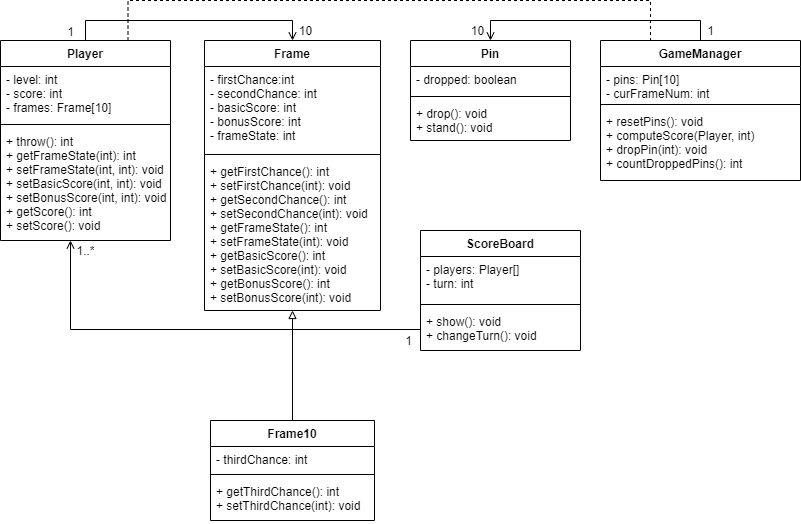
Above: Docs/class diagram.png in kkole3897/Bowling-Game-with-Java (draw.io), before the change. Source tidied: cells renumbered, new cells last; positions are measured from the earlier drawing's top-left corner, leaving out a move shared by most shapes. The source it was exported from:
```xml
<mxGraphModel>
  <root>
    <mxCell id="0" />
    <mxCell id="1" parent="0" />
    <mxCell id="2" style="edgeStyle=orthogonalEdgeStyle;rounded=0;jettySize=auto;html=1;exitX=0.5;exitY=0;exitDx=0;exitDy=0;entryX=0.5;entryY=0;entryDx=0;entryDy=0;endArrow=open;endFill=0;endSize=6;" parent="1" edge="1" source="4" target="9">
      <mxGeometry relative="1" as="geometry" />
    </mxCell>
    <mxCell id="3" style="edgeStyle=orthogonalEdgeStyle;rounded=0;jettySize=auto;html=1;exitX=0.75;exitY=0;exitDx=0;exitDy=0;entryX=0.25;entryY=0;entryDx=0;entryDy=0;endArrow=none;endFill=0;endSize=6;dashed=1;" parent="1" edge="1" source="4" target="18">
      <mxGeometry relative="1" as="geometry">
        <Array as="points">
          <mxPoint x="128" />
          <mxPoint x="650" />
        </Array>
      </mxGeometry>
    </mxCell>
    <mxCell id="4" value="Player" style="swimlane;fontStyle=1;align=center;verticalAlign=top;horizontal=1;startSize=26;" parent="1" vertex="1">
      <mxGeometry y="40" width="170" height="200" as="geometry" />
    </mxCell>
    <mxCell id="5" value="- level: int&#10;- score: int&#10;- frames: Frame[10]" style="text;strokeColor=none;fillColor=none;align=left;verticalAlign=top;spacingLeft=4;spacingRight=4;overflow=hidden;" parent="4" vertex="1">
      <mxGeometry y="26" width="170" height="54" as="geometry" />
    </mxCell>
    <mxCell id="6" style="line;strokeWidth=1;fillColor=none;align=left;verticalAlign=middle;spacingTop=-1;spacingLeft=3;spacingRight=3;labelPosition=right;" parent="4" vertex="1">
      <mxGeometry y="80" width="170" height="8" as="geometry" />
    </mxCell>
    <mxCell id="7" value="+ throw(): int&#10;+ getFrameState(int): int&#10;+ setFrameState(int, int): void&#10;+ setBasicScore(int, int): void&#10;+ setBonusScore(int, int): void&#10;+ getScore(): int&#10;+ setScore(): void" style="text;strokeColor=none;fillColor=none;align=left;verticalAlign=top;spacingLeft=4;spacingRight=4;overflow=hidden;points=[[0,0.5],[1,0.5]];portConstraint=eastwest;" parent="4" vertex="1">
      <mxGeometry y="88" width="170" height="112" as="geometry" />
    </mxCell>
    <mxCell id="8" style="endArrow=block;endSize=6;endFill=0;html=1;exitX=0.5;exitY=0;exitDx=0;exitDy=0;" parent="1" edge="1" source="22" target="12">
      <mxGeometry relative="1" as="geometry" />
    </mxCell>
    <mxCell id="9" value="Frame" style="swimlane;fontStyle=1;align=center;verticalAlign=top;horizontal=1;startSize=26;" parent="1" vertex="1">
      <mxGeometry x="204" y="40" width="176" height="270" as="geometry" />
    </mxCell>
    <mxCell id="10" value="- firstChance:int&#10;- secondChance: int&#10;- basicScore: int&#10;- bonusScore: int&#10;- frameState: int" style="text;strokeColor=none;fillColor=none;align=left;verticalAlign=top;spacingLeft=4;spacingRight=4;overflow=hidden;" parent="9" vertex="1">
      <mxGeometry y="26" width="176" height="84" as="geometry" />
    </mxCell>
    <mxCell id="11" style="line;strokeWidth=1;fillColor=none;align=left;verticalAlign=middle;spacingTop=-1;spacingLeft=3;spacingRight=3;labelPosition=right;" parent="9" vertex="1">
      <mxGeometry y="110" width="176" height="8" as="geometry" />
    </mxCell>
    <mxCell id="12" value="+ getFirstChance(): int&#10;+ setFirstChance(int): void&#10;+ getSecondChance(): int&#10;+ setSecondChance(int): void&#10;+ getFrameState(): int&#10;+ setFrameState(int): void&#10;+ getBasicScore(): int&#10;+ setBasicScore(int): void&#10;+ getBonusScore(): int&#10;+ setBonusScore(int): void" style="text;strokeColor=none;fillColor=none;align=left;verticalAlign=top;spacingLeft=4;spacingRight=4;overflow=hidden;points=[[0,0.5],[1,0.5]];portConstraint=eastwest;" parent="9" vertex="1">
      <mxGeometry y="118" width="176" height="152" as="geometry" />
    </mxCell>
    <mxCell id="13" value="Pin" style="swimlane;fontStyle=1;align=center;verticalAlign=top;horizontal=1;startSize=26;" parent="1" vertex="1">
      <mxGeometry x="410" y="40" width="160" height="100" as="geometry" />
    </mxCell>
    <mxCell id="14" value="- dropped: boolean" style="text;strokeColor=none;fillColor=none;align=left;verticalAlign=top;spacingLeft=4;spacingRight=4;overflow=hidden;" parent="13" vertex="1">
      <mxGeometry y="26" width="160" height="26" as="geometry" />
    </mxCell>
    <mxCell id="15" style="line;strokeWidth=1;fillColor=none;align=left;verticalAlign=middle;spacingTop=-1;spacingLeft=3;spacingRight=3;labelPosition=right;" parent="13" vertex="1">
      <mxGeometry y="52" width="160" height="8" as="geometry" />
    </mxCell>
    <mxCell id="16" value="+ drop(): void&#10;+ stand(): void" style="text;strokeColor=none;fillColor=none;align=left;verticalAlign=top;spacingLeft=4;spacingRight=4;overflow=hidden;" parent="13" vertex="1">
      <mxGeometry y="60" width="160" height="40" as="geometry" />
    </mxCell>
    <mxCell id="17" style="edgeStyle=orthogonalEdgeStyle;rounded=0;jettySize=auto;html=1;exitX=0.5;exitY=0;exitDx=0;exitDy=0;entryX=0.5;entryY=0;entryDx=0;entryDy=0;endSize=6;endArrow=open;endFill=0;" parent="1" edge="1" source="18" target="13">
      <mxGeometry relative="1" as="geometry" />
    </mxCell>
    <mxCell id="18" value="GameManager" style="swimlane;fontStyle=1;align=center;verticalAlign=top;horizontal=1;startSize=26;" parent="1" vertex="1">
      <mxGeometry x="600" y="40" width="200" height="140" as="geometry" />
    </mxCell>
    <mxCell id="19" value="- pins: Pin[10]&#10;- curFrameNum: int" style="text;strokeColor=none;fillColor=none;align=left;verticalAlign=top;spacingLeft=4;spacingRight=4;overflow=hidden;" parent="18" vertex="1">
      <mxGeometry y="26" width="200" height="34" as="geometry" />
    </mxCell>
    <mxCell id="20" style="line;strokeWidth=1;fillColor=none;align=left;verticalAlign=middle;spacingTop=-1;spacingLeft=3;spacingRight=3;labelPosition=right;" parent="18" vertex="1">
      <mxGeometry y="60" width="200" height="8" as="geometry" />
    </mxCell>
    <mxCell id="21" value="+ resetPins(): void&#10;+ computeScore(Player, int)&#10;+ dropPin(int): void&#10;+ countDroppedPins(): int" style="text;strokeColor=none;fillColor=none;align=left;verticalAlign=top;spacingLeft=4;spacingRight=4;overflow=hidden;" parent="18" vertex="1">
      <mxGeometry y="68" width="200" height="72" as="geometry" />
    </mxCell>
    <mxCell id="22" value="Frame10" style="swimlane;fontStyle=1;align=center;verticalAlign=top;horizontal=1;startSize=26;" parent="1" vertex="1">
      <mxGeometry x="210" y="420" width="164" height="100" as="geometry" />
    </mxCell>
    <mxCell id="23" value="- thirdChance: int" style="text;strokeColor=none;fillColor=none;align=left;verticalAlign=top;spacingLeft=4;spacingRight=4;overflow=hidden;" parent="22" vertex="1">
      <mxGeometry y="26" width="164" height="24" as="geometry" />
    </mxCell>
    <mxCell id="24" style="line;strokeWidth=1;fillColor=none;align=left;verticalAlign=middle;spacingTop=-1;spacingLeft=3;spacingRight=3;labelPosition=right;" parent="22" vertex="1">
      <mxGeometry y="50" width="164" height="8" as="geometry" />
    </mxCell>
    <mxCell id="25" value="+ getThirdChance(): int&#10;+ setThirdChance(int): void" style="text;strokeColor=none;fillColor=none;align=left;verticalAlign=top;spacingLeft=4;spacingRight=4;overflow=hidden;" parent="22" vertex="1">
      <mxGeometry y="58" width="164" height="42" as="geometry" />
    </mxCell>
    <mxCell id="26" value="10" style="text;html=1;align=center;verticalAlign=middle;" parent="1" vertex="1">
      <mxGeometry x="462" y="20" width="30" height="20" as="geometry" />
    </mxCell>
    <mxCell id="27" value="1" style="text;html=1;align=center;verticalAlign=middle;" parent="1" vertex="1">
      <mxGeometry x="700" y="20" width="20" height="20" as="geometry" />
    </mxCell>
    <mxCell id="28" value="1" style="text;html=1;align=center;verticalAlign=middle;" parent="1" vertex="1">
      <mxGeometry x="60" y="21" width="20" height="20" as="geometry" />
    </mxCell>
    <mxCell id="29" value="10" style="text;html=1;align=center;verticalAlign=middle;" parent="1" vertex="1">
      <mxGeometry x="290" y="20" width="30" height="20" as="geometry" />
    </mxCell>
    <mxCell id="30" value="ScoreBoard" style="swimlane;fontStyle=1;align=center;verticalAlign=top;horizontal=1;startSize=26;" parent="1" vertex="1">
      <mxGeometry x="420" y="230" width="160" height="120" as="geometry" />
    </mxCell>
    <mxCell id="31" value="- players: Player[]&#10;- turn: int" style="text;strokeColor=none;fillColor=none;align=left;verticalAlign=top;spacingLeft=4;spacingRight=4;overflow=hidden;" parent="30" vertex="1">
      <mxGeometry y="26" width="160" height="44" as="geometry" />
    </mxCell>
    <mxCell id="32" style="line;strokeWidth=1;fillColor=none;align=left;verticalAlign=middle;spacingTop=-1;spacingLeft=3;spacingRight=3;labelPosition=right;" parent="30" vertex="1">
      <mxGeometry y="70" width="160" height="8" as="geometry" />
    </mxCell>
    <mxCell id="33" value="+ show(): void&#10;+ changeTurn(): void" style="text;strokeColor=none;fillColor=none;align=left;verticalAlign=top;spacingLeft=4;spacingRight=4;overflow=hidden;points=[[0,0.5],[1,0.5]];portConstraint=eastwest;" parent="30" vertex="1">
      <mxGeometry y="78" width="160" height="42" as="geometry" />
    </mxCell>
    <mxCell id="34" style="edgeStyle=orthogonalEdgeStyle;rounded=0;jettySize=auto;html=1;exitX=0;exitY=0.5;exitDx=0;exitDy=0;endArrow=open;endFill=0;endSize=6;" parent="1" edge="1" source="33" target="7">
      <mxGeometry relative="1" as="geometry">
        <Array as="points">
          <mxPoint x="70" y="329" />
        </Array>
      </mxGeometry>
    </mxCell>
    <mxCell id="35" value="1" style="text;html=1;align=center;verticalAlign=middle;" parent="1" vertex="1">
      <mxGeometry x="398" y="330" width="20" height="20" as="geometry" />
    </mxCell>
    <mxCell id="36" value="1..*" style="text;html=1;align=center;verticalAlign=middle;" parent="1" vertex="1">
      <mxGeometry x="70" y="240" width="30" height="20" as="geometry" />
    </mxCell>
  </root>
</mxGraphModel>
```
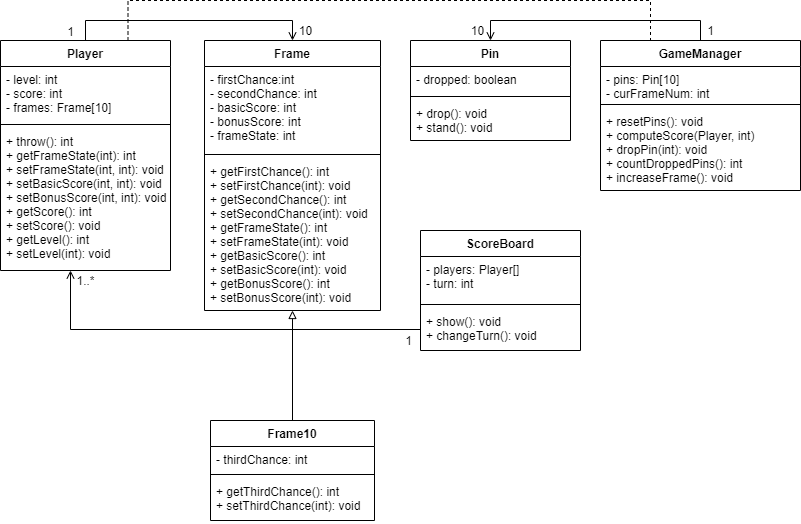
After the change.

Commit message:
Update class diagram

The edit, as a diff of the source:
```diff
@@ -14,7 +14,7 @@
       </mxGeometry>
     </mxCell>
     <mxCell id="4" value="Player" style="swimlane;fontStyle=1;align=center;verticalAlign=top;horizontal=1;startSize=26;" parent="1" vertex="1">
-      <mxGeometry y="40" width="170" height="200" as="geometry" />
+      <mxGeometry y="40" width="170" height="230" as="geometry" />
     </mxCell>
     <mxCell id="5" value="- level: int&#10;- score: int&#10;- frames: Frame[10]" style="text;strokeColor=none;fillColor=none;align=left;verticalAlign=top;spacingLeft=4;spacingRight=4;overflow=hidden;" parent="4" vertex="1">
       <mxGeometry y="26" width="170" height="54" as="geometry" />
@@ -22,8 +22,8 @@
     <mxCell id="6" style="line;strokeWidth=1;fillColor=none;align=left;verticalAlign=middle;spacingTop=-1;spacingLeft=3;spacingRight=3;labelPosition=right;" parent="4" vertex="1">
       <mxGeometry y="80" width="170" height="8" as="geometry" />
     </mxCell>
-    <mxCell id="7" value="+ throw(): int&#10;+ getFrameState(int): int&#10;+ setFrameState(int, int): void&#10;+ setBasicScore(int, int): void&#10;+ setBonusScore(int, int): void&#10;+ getScore(): int&#10;+ setScore(): void" style="text;strokeColor=none;fillColor=none;align=left;verticalAlign=top;spacingLeft=4;spacingRight=4;overflow=hidden;points=[[0,0.5],[1,0.5]];portConstraint=eastwest;" parent="4" vertex="1">
-      <mxGeometry y="88" width="170" height="112" as="geometry" />
+    <mxCell id="7" value="+ throw(): int&#10;+ getFrameState(int): int&#10;+ setFrameState(int, int): void&#10;+ setBasicScore(int, int): void&#10;+ setBonusScore(int, int): void&#10;+ getScore(): int&#10;+ setScore(): void&#10;+ getLevel(): int&#10;+ setLevel(int): void" style="text;strokeColor=none;fillColor=none;align=left;verticalAlign=top;spacingLeft=4;spacingRight=4;overflow=hidden;points=[[0,0.5],[1,0.5]];portConstraint=eastwest;" parent="4" vertex="1">
+      <mxGeometry y="88" width="170" height="142" as="geometry" />
     </mxCell>
     <mxCell id="8" style="endArrow=block;endSize=6;endFill=0;html=1;exitX=0.5;exitY=0;exitDx=0;exitDy=0;" parent="1" edge="1" source="22" target="12">
       <mxGeometry relative="1" as="geometry" />
@@ -56,7 +56,7 @@
       <mxGeometry relative="1" as="geometry" />
     </mxCell>
     <mxCell id="18" value="GameManager" style="swimlane;fontStyle=1;align=center;verticalAlign=top;horizontal=1;startSize=26;" parent="1" vertex="1">
-      <mxGeometry x="600" y="40" width="200" height="140" as="geometry" />
+      <mxGeometry x="600" y="40" width="200" height="150" as="geometry" />
     </mxCell>
     <mxCell id="19" value="- pins: Pin[10]&#10;- curFrameNum: int" style="text;strokeColor=none;fillColor=none;align=left;verticalAlign=top;spacingLeft=4;spacingRight=4;overflow=hidden;" parent="18" vertex="1">
       <mxGeometry y="26" width="200" height="34" as="geometry" />
@@ -64,8 +64,8 @@
     <mxCell id="20" style="line;strokeWidth=1;fillColor=none;align=left;verticalAlign=middle;spacingTop=-1;spacingLeft=3;spacingRight=3;labelPosition=right;" parent="18" vertex="1">
       <mxGeometry y="60" width="200" height="8" as="geometry" />
     </mxCell>
-    <mxCell id="21" value="+ resetPins(): void&#10;+ computeScore(Player, int)&#10;+ dropPin(int): void&#10;+ countDroppedPins(): int" style="text;strokeColor=none;fillColor=none;align=left;verticalAlign=top;spacingLeft=4;spacingRight=4;overflow=hidden;" parent="18" vertex="1">
-      <mxGeometry y="68" width="200" height="72" as="geometry" />
+    <mxCell id="21" value="+ resetPins(): void&#10;+ computeScore(Player, int)&#10;+ dropPin(int): void&#10;+ countDroppedPins(): int&#10;+ increaseFrame(): void" style="text;strokeColor=none;fillColor=none;align=left;verticalAlign=top;spacingLeft=4;spacingRight=4;overflow=hidden;" parent="18" vertex="1">
+      <mxGeometry y="68" width="200" height="82" as="geometry" />
     </mxCell>
     <mxCell id="22" value="Frame10" style="swimlane;fontStyle=1;align=center;verticalAlign=top;horizontal=1;startSize=26;" parent="1" vertex="1">
       <mxGeometry x="210" y="420" width="164" height="100" as="geometry" />
@@ -114,7 +114,7 @@
       <mxGeometry x="398" y="330" width="20" height="20" as="geometry" />
     </mxCell>
     <mxCell id="36" value="1..*" style="text;html=1;align=center;verticalAlign=middle;" parent="1" vertex="1">
-      <mxGeometry x="70" y="240" width="30" height="20" as="geometry" />
+      <mxGeometry x="70" y="270" width="30" height="20" as="geometry" />
     </mxCell>
   </root>
 </mxGraphModel>
```
